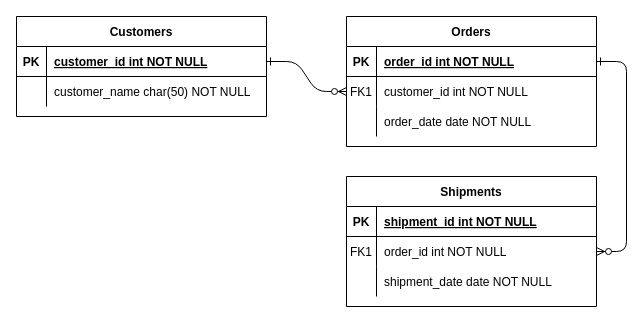
Above: Untitled Diagram.drawio in tirathawat/GOMATE_ANDROID_APPLICATION (draw.io), before the change. Source tidied: cells renumbered, new cells numbered last; positions are measured from the earlier drawing's top-left corner, leaving out a move shared by most shapes. Both pictures are drawn from the tidied source at 100%, with x=0, y=0 at pixel (16, 16).
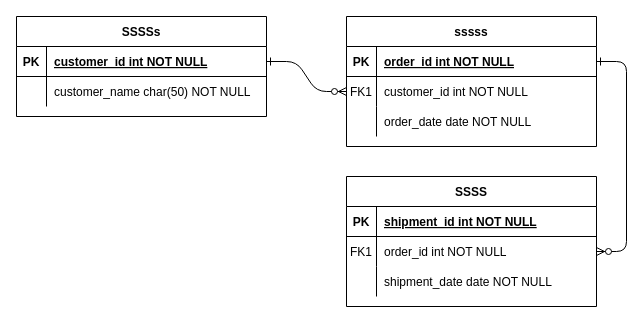
The same diagram, later.

Change to the diagram source:
```diff
@@
-    <mxCell id="4" value="Orders" style="shape=table;startSize=30;childLayout=tableLayout;rowLines=0;fontStyle=1;align=center;" parent="1" vertex="1">
+    <mxCell id="4" value="sssss" style="shape=table;startSize=30;childLayout=tableLayout;rowLines=0;fontStyle=1;align=center;" parent="1" vertex="1">
       <mxGeometry x="330" width="250" height="130" as="geometry" />
     </mxCell>
@@
-    <mxCell id="14" value="Shipments" style="shape=table;startSize=30;childLayout=tableLayout;rowLines=0;fontStyle=1;align=center;" parent="1" vertex="1">
+    <mxCell id="14" value="SSSS" style="shape=table;startSize=30;childLayout=tableLayout;rowLines=0;fontStyle=1;align=center;" parent="1" vertex="1">
       <mxGeometry x="330" y="160" width="250" height="130" as="geometry" />
     </mxCell>
@@
-    <mxCell id="24" value="Customers" style="shape=table;startSize=30;childLayout=tableLayout;rowLines=0;fontStyle=1;align=center;" parent="1" vertex="1">
+    <mxCell id="24" value="SSSSs" style="shape=table;startSize=30;childLayout=tableLayout;rowLines=0;fontStyle=1;align=center;" parent="1" vertex="1">
       <mxGeometry width="250" height="100" as="geometry" />
     </mxCell>
```
